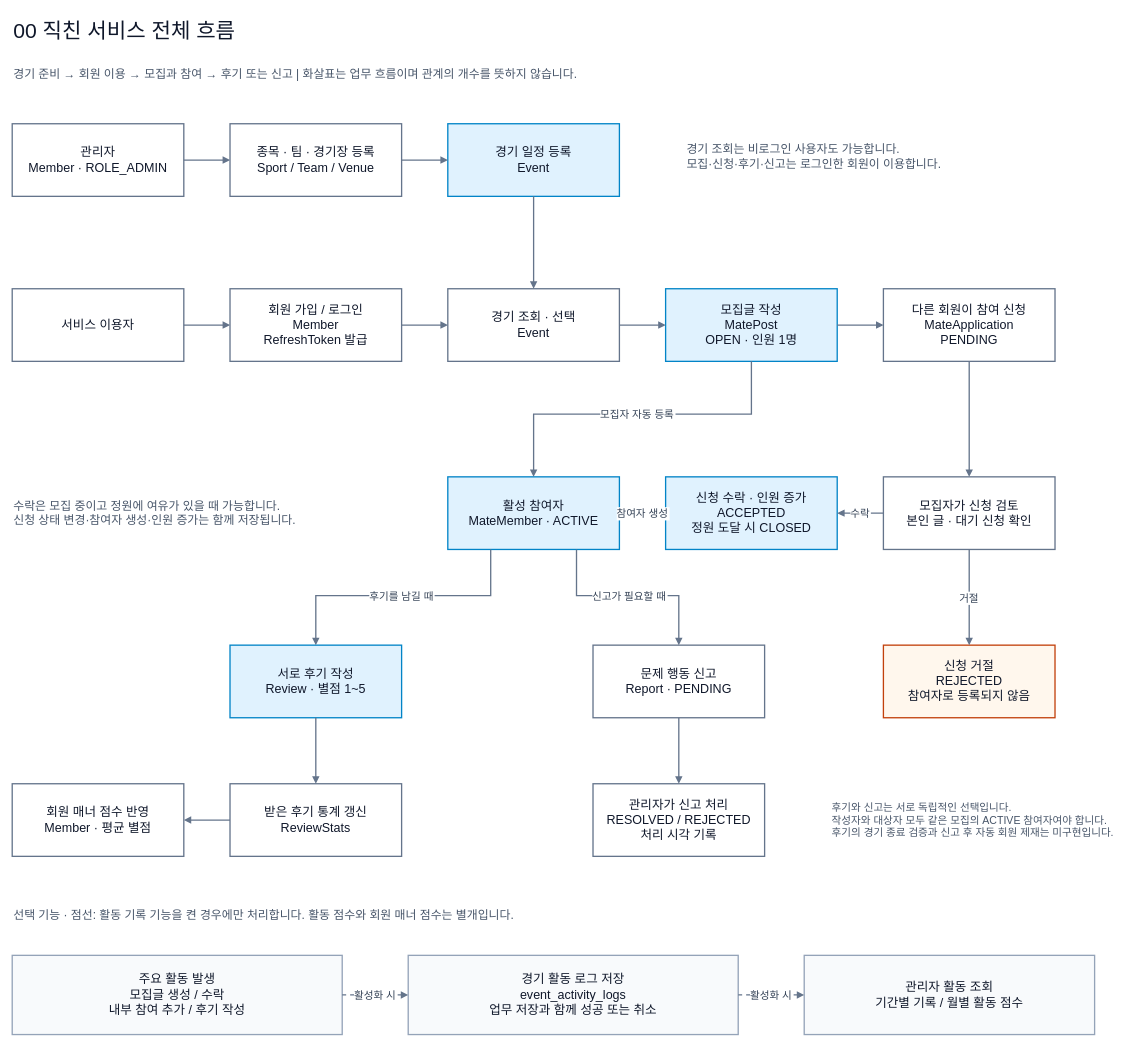
Before: docs/domain/서비스 전체 흐름도.drawio in JikChin/jikchin-backend, a draw.io diagram. Source tidied: cells renumbered, new cells numbered last; positions are measured from the earlier drawing's top-left corner, leaving out a move shared by most shapes. Both pictures are drawn from the tidied source at 66%, with x=0, y=0 at pixel (12, 11).
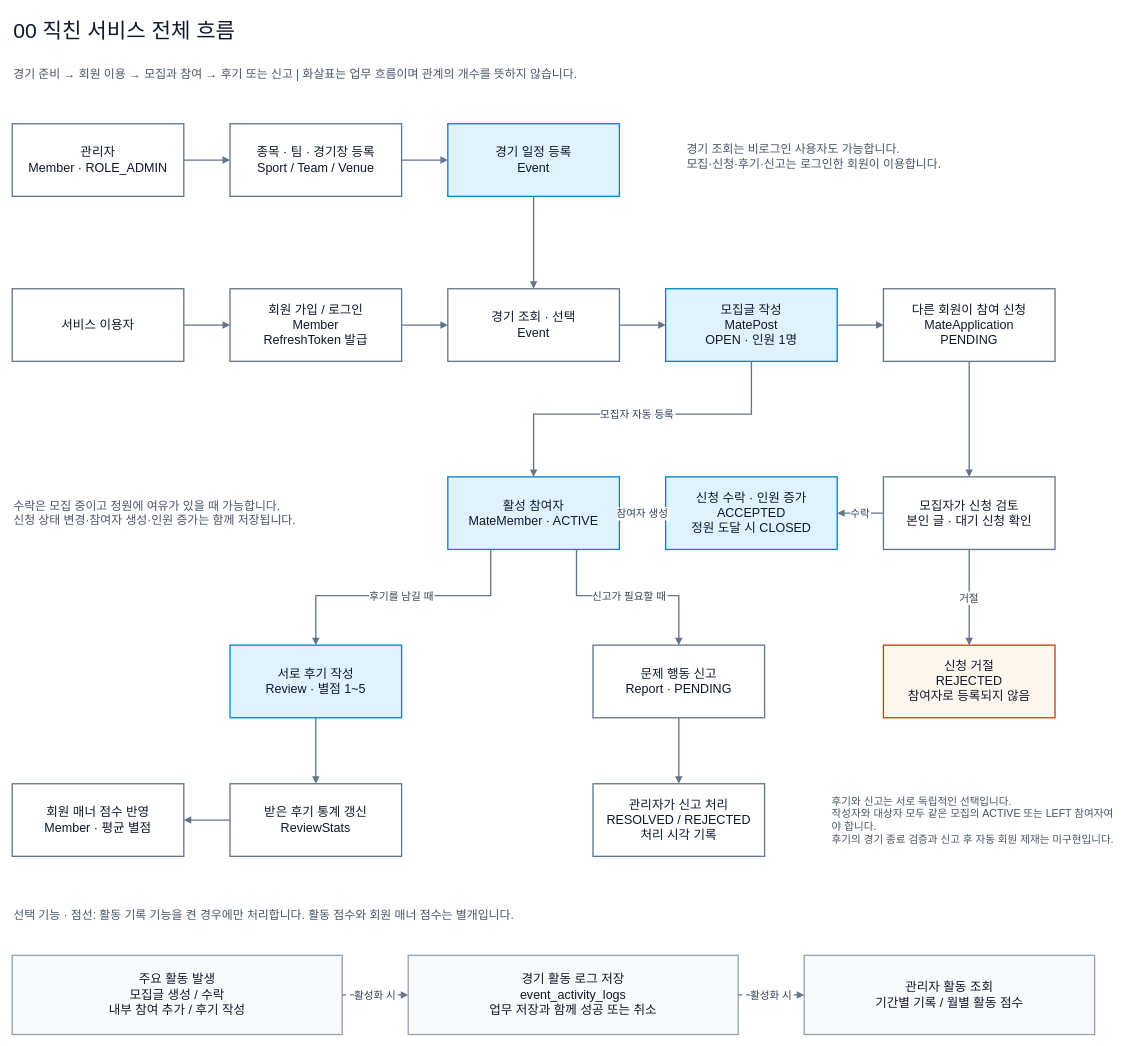
Above is the later version.

What changed in the source:
```diff
@@
-    <mxCell id="40" value="후기와 신고는 서로 독립적인 선택입니다.&#10;작성자와 대상자 모두 같은 모집의 ACTIVE 참여자여야 합니다.&#10;후기의 경기 종료 검증과 신고 후 자동 회원 제재는 미구현입니다." style="text;html=0;whiteSpace=wrap;align=left;verticalAlign=middle;fontFamily=Helvetica;fontSize=16;fontColor=#475569;strokeColor=none;fillColor=none;" parent="1" vertex="1">
+    <mxCell id="40" value="후기와 신고는 서로 독립적인 선택입니다.&#10;작성자와 대상자 모두 같은 모집의 ACTIVE 또는 LEFT 참여자여야 합니다.&#10;후기의 경기 종료 검증과 신고 후 자동 회원 제재는 미구현입니다." style="text;html=0;whiteSpace=wrap;align=left;verticalAlign=middle;fontFamily=Helvetica;fontSize=16;fontColor=#475569;strokeColor=none;fillColor=none;" parent="1" vertex="1">
       <mxGeometry x="1240" y="1140" width="440" height="170" as="geometry" />
     </mxCell>
```
